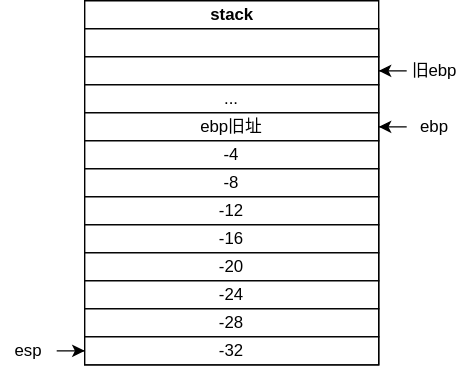
This is drawio/x86callFunc.drawio.svg from Stolorzs/Picgo, a draw.io export, as it was before one commit. Source tidied: cells renumbered, new cells last; positions are measured from the earlier drawing's top-left corner, leaving out a move shared by most shapes.
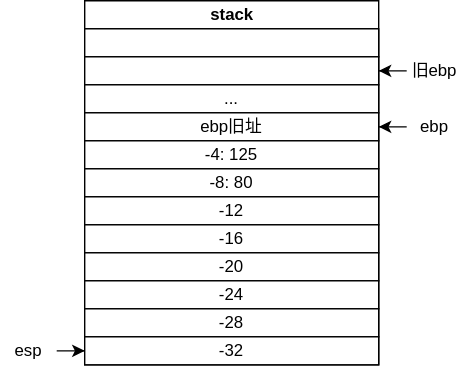
The same file after the commit.

The edit, as a diff of the source:
```diff
@@ -17,10 +17,10 @@
     <mxCell id="6" value="ebp旧址" style="rounded=0;whiteSpace=wrap;html=1;" parent="2" vertex="1">
       <mxGeometry y="80" width="210" height="20" as="geometry" />
     </mxCell>
-    <mxCell id="7" value="-4" style="rounded=0;whiteSpace=wrap;html=1;" parent="2" vertex="1">
+    <mxCell id="7" value="-4: 125" style="rounded=0;whiteSpace=wrap;html=1;" parent="2" vertex="1">
       <mxGeometry y="100" width="210" height="20" as="geometry" />
     </mxCell>
-    <mxCell id="8" value="-8" style="rounded=0;whiteSpace=wrap;html=1;" parent="2" vertex="1">
+    <mxCell id="8" value="-8: 80" style="rounded=0;whiteSpace=wrap;html=1;" parent="2" vertex="1">
       <mxGeometry y="120" width="210" height="20" as="geometry" />
     </mxCell>
     <mxCell id="9" value="-12" style="rounded=0;whiteSpace=wrap;html=1;" parent="2" vertex="1">
```
